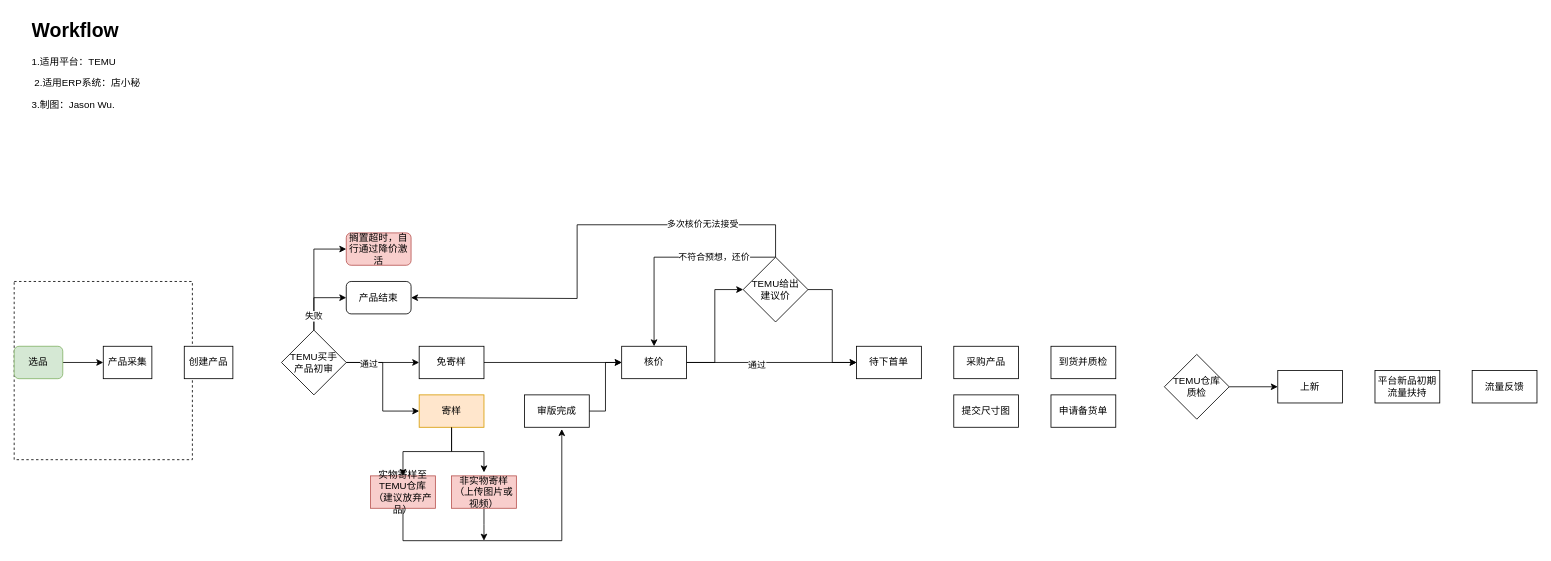
The draw.io diagram Fully Managed Workflow.drawio in Wu-JunHui/Drawings, before the edit. Source tidied: cells renumbered, new cells numbered last; positions are measured from the earlier drawing's top-left corner, leaving out a move shared by most shapes. Both pictures are drawn from the tidied source at 81%, with x=0, y=0 at pixel (14, 14).
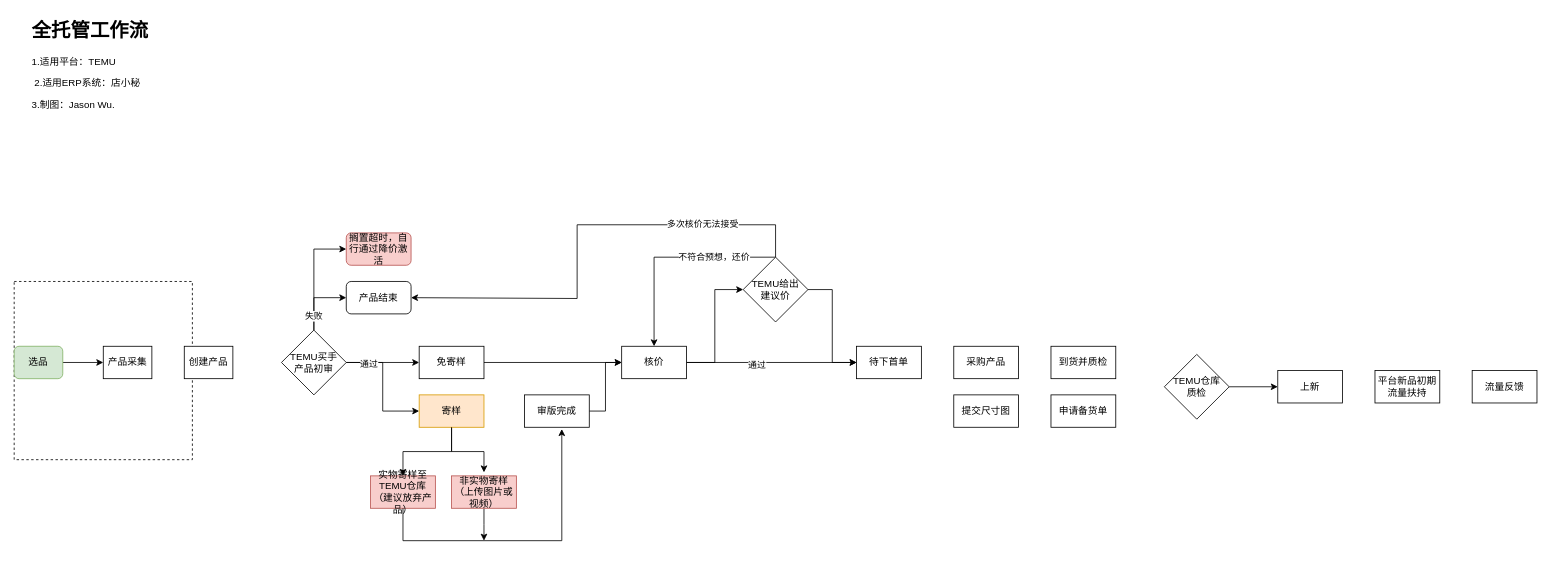
Above is the later version.

Change to the diagram source:
```diff
@@
-    <mxCell id="5" value="&lt;h1 style=&quot;margin-top: 0px;&quot;&gt;Workflow&lt;/h1&gt;&lt;p&gt;1.适用平台：TEMU&lt;/p&gt;&lt;p&gt;&amp;nbsp;&lt;span style=&quot;background-color: initial;&quot;&gt;2.适用ERP系统：店小秘&lt;/span&gt;&lt;/p&gt;&lt;p&gt;&lt;span style=&quot;background-color: initial;&quot;&gt;3.制图：Jason Wu.&lt;/span&gt;&lt;/p&gt;" style="text;html=1;whiteSpace=wrap;overflow=hidden;rounded=0;" parent="1" vertex="1">
+    <mxCell id="5" value="&lt;h1 style=&quot;margin-top: 0px;&quot;&gt;全托管工作流&lt;/h1&gt;&lt;p&gt;1.适用平台：TEMU&lt;/p&gt;&lt;p&gt;&amp;nbsp;&lt;span style=&quot;background-color: initial;&quot;&gt;2.适用ERP系统：店小秘&lt;/span&gt;&lt;/p&gt;&lt;p&gt;&lt;span style=&quot;background-color: initial;&quot;&gt;3.制图：Jason Wu.&lt;/span&gt;&lt;/p&gt;" style="text;html=1;whiteSpace=wrap;overflow=hidden;rounded=0;" parent="1" vertex="1">
       <mxGeometry x="20" width="280" height="120" as="geometry" />
     </mxCell>
```
